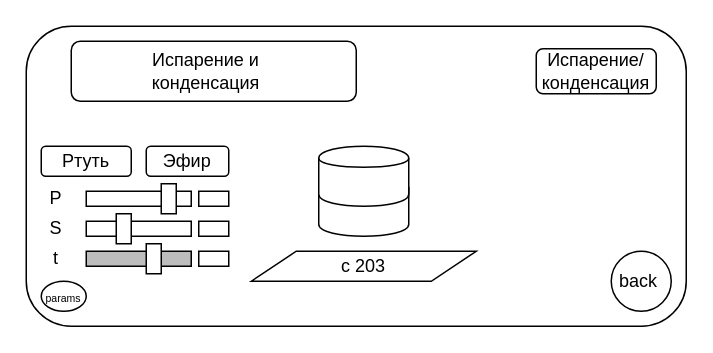
Earlier version of the draw.io diagram reports/schemes/scenes/1_isparenie.drawio (Nekttuman/Thermodinamics). Source tidied: cells renumbered, new cells numbered last; positions are measured from the earlier drawing's top-left corner, leaving out a move shared by most shapes. Both pictures are drawn from the tidied source at 150%, with x=0, y=0 at pixel (26, 26).
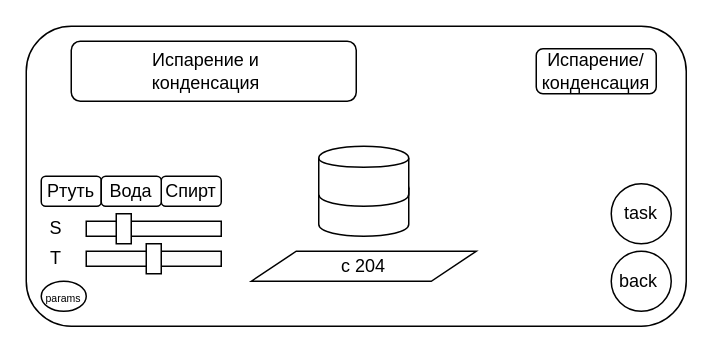
Above is the later version.

The edit, as a diff of the source:
```diff
@@
-    <mxCell id="6" value="с 203" style="shape=parallelogram;perimeter=parallelogramPerimeter;whiteSpace=wrap;html=1;" parent="1" vertex="1">
+    <mxCell id="6" value="с 204" style="shape=parallelogram;perimeter=parallelogramPerimeter;whiteSpace=wrap;html=1;" parent="1" vertex="1">
       <mxGeometry x="150" y="150" width="150" height="20" as="geometry" />
     </mxCell>
@@
-    <mxCell id="12" style="rounded=0;whiteSpace=wrap;html=1;strokeColor=#000000;fillColor=#BDBDBD;" parent="1" vertex="1">
-      <mxGeometry x="40" y="150" width="70" height="10" as="geometry" />
+    <mxCell id="12" style="rounded=0;whiteSpace=wrap;html=1;strokeColor=#000000;fillColor=#FCFCFC;" parent="1" vertex="1">
+      <mxGeometry x="40" y="150" width="90" height="10" as="geometry" />
     </mxCell>
     <mxCell id="13" style="rounded=0;whiteSpace=wrap;html=1;strokeColor=#000000;fillColor=#FFFFFF;" parent="1" vertex="1">
-      <mxGeometry x="40" y="130" width="70" height="10" as="geometry" />
+      <mxGeometry x="40" y="130" width="90" height="10" as="geometry" />
     </mxCell>
-    <mxCell id="14" style="rounded=0;whiteSpace=wrap;html=1;strokeColor=#000000;fillColor=#FFFFFF;" parent="1" vertex="1">
-      <mxGeometry x="40" y="110" width="70" height="10" as="geometry" />
-    </mxCell>
-    <mxCell id="15" style="rounded=0;whiteSpace=wrap;html=1;strokeColor=#000000;fillColor=#FFFFFF;" parent="1" vertex="1">
-      <mxGeometry x="115" y="150" width="20" height="10" as="geometry" />
-    </mxCell>
-    <mxCell id="16" style="rounded=0;whiteSpace=wrap;html=1;strokeColor=#000000;fillColor=#FFFFFF;" parent="1" vertex="1">
-      <mxGeometry x="115" y="130" width="20" height="10" as="geometry" />
-    </mxCell>
@@
-    <mxCell id="18" style="rounded=0;whiteSpace=wrap;html=1;strokeColor=#000000;fillColor=#FFFFFF;" parent="1" vertex="1">
-      <mxGeometry x="90" y="105" width="10" height="20" as="geometry" />
-    </mxCell>
@@
-    <mxCell id="20" value="P" style="text;html=1;strokeColor=none;fillColor=none;align=center;verticalAlign=middle;whiteSpace=wrap;rounded=0;" parent="1" vertex="1">
-      <mxGeometry y="105" width="40" height="20" as="geometry" />
-    </mxCell>
@@
-    <mxCell id="22" value="t" style="text;html=1;strokeColor=none;fillColor=none;align=center;verticalAlign=middle;whiteSpace=wrap;rounded=0;" parent="1" vertex="1">
+    <mxCell id="22" value="T" style="text;html=1;strokeColor=none;fillColor=none;align=center;verticalAlign=middle;whiteSpace=wrap;rounded=0;" parent="1" vertex="1">
       <mxGeometry y="145" width="40" height="20" as="geometry" />
     </mxCell>
-    <mxCell id="23" style="rounded=0;whiteSpace=wrap;html=1;strokeColor=#000000;fillColor=#FFFFFF;align=center;" parent="1" vertex="1">
-      <mxGeometry x="115" y="110" width="20" height="10" as="geometry" />
-    </mxCell>
     <mxCell id="24" value="Ртуть" style="rounded=1;whiteSpace=wrap;html=1;strokeColor=#000000;fillColor=#FFFFFF;" parent="1" vertex="1">
-      <mxGeometry x="10" y="80" width="60" height="20" as="geometry" />
+      <mxGeometry x="10" y="100" width="40" height="20" as="geometry" />
     </mxCell>
-    <mxCell id="25" value="Эфир" style="rounded=1;whiteSpace=wrap;html=1;strokeColor=#000000;fillColor=#FFFFFF;" parent="1" vertex="1">
-      <mxGeometry x="80" y="80" width="55" height="20" as="geometry" />
-    </mxCell>
+    <mxCell id="26" value="task" style="ellipse;whiteSpace=wrap;html=1;" parent="1" vertex="1">
+      <mxGeometry x="390" y="105" width="40" height="40" as="geometry" />
+    </mxCell>
+    <mxCell id="27" value="Спирт" style="rounded=1;whiteSpace=wrap;html=1;strokeColor=#000000;fillColor=#FFFFFF;" parent="1" vertex="1">
+      <mxGeometry x="90" y="100" width="40" height="20" as="geometry" />
+    </mxCell>
+    <mxCell id="28" value="Вода" style="rounded=1;whiteSpace=wrap;html=1;strokeColor=#000000;fillColor=#FFFFFF;" parent="1" vertex="1">
+      <mxGeometry x="50" y="100" width="40" height="20" as="geometry" />
+    </mxCell>
```
